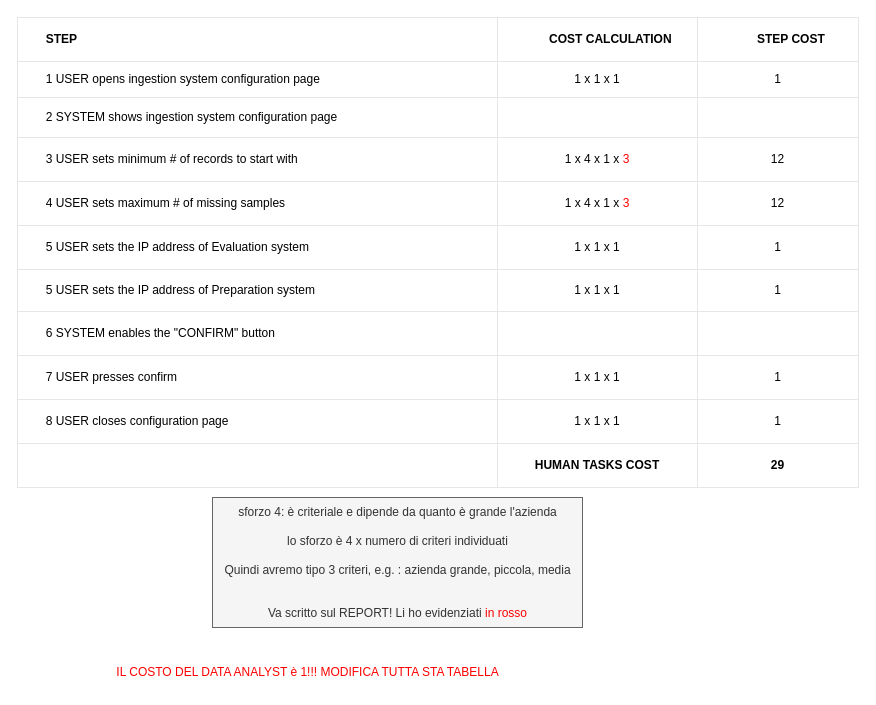
Earlier version of the draw.io diagram configure/ingestion system (CAPE)/ingestion_system_table.drawio (BaffoBello14/AutomaticDamagesRecognition). Source tidied: cells renumbered, new cells numbered last; positions are measured from the earlier drawing's top-left corner, leaving out a move shared by most shapes. Both pictures are drawn from the tidied source at 100%, with x=0, y=0 at pixel (17, 17).
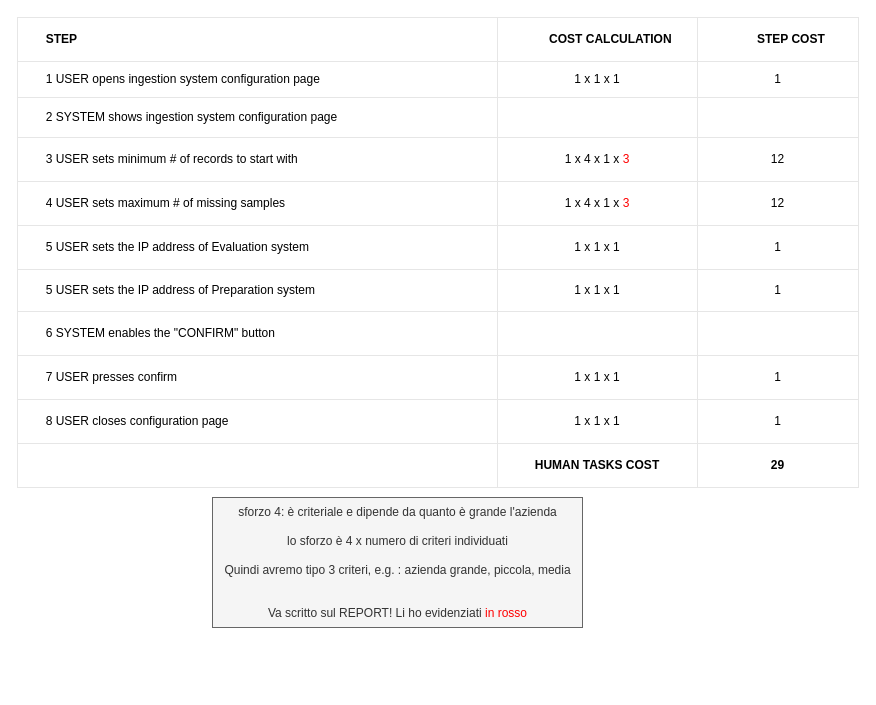
The same page after the edit.

Change to the diagram source:
```diff
@@
-    <mxCell id="48" value="&lt;font color=&quot;#ff0000&quot;&gt;IL COSTO DEL DATA ANALYST è 1!!! MODIFICA TUTTA STA TABELLA&lt;/font&gt;" style="text;html=1;align=center;verticalAlign=middle;strokeColor=none;fillColor=none;" parent="1" vertex="1">
-      <mxGeometry x="85" y="640" width="410" height="30" as="geometry" />
-    </mxCell>
```
